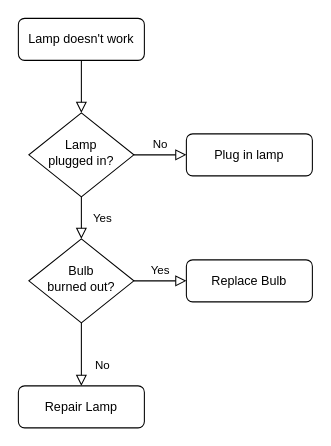
gamebm/draw.io keeps this draw.io diagram as universe_manuscript.drawio. Above is the earlier version. Source tidied: cells renumbered, new cells numbered last; positions are measured from the earlier drawing's top-left corner, leaving out a move shared by most shapes. Both pictures are drawn from the tidied source at 105%, with x=0, y=0 at pixel (18, 18).
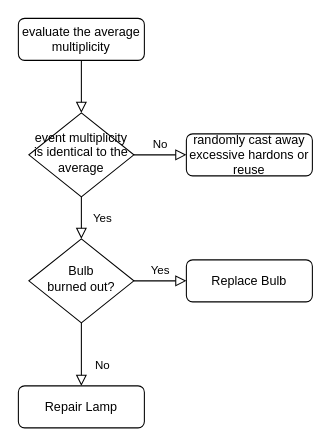
The same page after the edit.

Diff of the diagram source:
```diff
@@
 <mxGraphModel>
   <root>
     <mxCell id="0" />
     <mxCell id="1" parent="0" />
     <mxCell id="2" style="rounded=0;html=1;jettySize=auto;fontSize=11;endArrow=block;endFill=0;endSize=8;strokeWidth=1;shadow=0;labelBackgroundColor=none;edgeStyle=orthogonalEdgeStyle;" parent="1" edge="1" source="3" target="6">
       <mxGeometry relative="1" as="geometry" />
     </mxCell>
-    <mxCell id="3" value="Lamp doesn't work" style="rounded=1;whiteSpace=wrap;html=1;fontSize=12;glass=0;strokeWidth=1;shadow=0;" parent="1" vertex="1">
+    <mxCell id="3" value="evaluate the average multiplicity" style="rounded=1;whiteSpace=wrap;html=1;fontSize=12;glass=0;strokeWidth=1;shadow=0;" parent="1" vertex="1">
       <mxGeometry width="120" height="40" as="geometry" />
     </mxCell>
     <mxCell id="4" value="Yes" style="rounded=0;html=1;jettySize=auto;fontSize=11;endArrow=block;endFill=0;endSize=8;strokeWidth=1;shadow=0;labelBackgroundColor=none;edgeStyle=orthogonalEdgeStyle;" parent="1" edge="1" source="6" target="10">
       <mxGeometry y="20" relative="1" as="geometry" />
     </mxCell>
     <mxCell id="5" value="No" style="edgeStyle=orthogonalEdgeStyle;rounded=0;html=1;jettySize=auto;fontSize=11;endArrow=block;endFill=0;endSize=8;strokeWidth=1;shadow=0;labelBackgroundColor=none;" parent="1" edge="1" source="6" target="7">
       <mxGeometry y="10" relative="1" as="geometry" />
     </mxCell>
-    <mxCell id="6" value="Lamp&lt;br&gt;plugged in?" style="rhombus;whiteSpace=wrap;html=1;shadow=0;fontFamily=Helvetica;fontSize=12;align=center;strokeWidth=1;spacing=6;spacingTop=-4;" parent="1" vertex="1">
+    <mxCell id="6" value="event multiplicity is identical to the average" style="rhombus;whiteSpace=wrap;html=1;shadow=0;fontFamily=Helvetica;fontSize=12;align=center;strokeWidth=1;spacing=6;spacingTop=-4;" parent="1" vertex="1">
       <mxGeometry x="10" y="90" width="100" height="80" as="geometry" />
     </mxCell>
-    <mxCell id="7" value="Plug in lamp" style="rounded=1;whiteSpace=wrap;html=1;fontSize=12;glass=0;strokeWidth=1;shadow=0;" parent="1" vertex="1">
+    <mxCell id="7" value="randomly cast away excessive hardons or reuse " style="rounded=1;whiteSpace=wrap;html=1;fontSize=12;glass=0;strokeWidth=1;shadow=0;" parent="1" vertex="1">
       <mxGeometry x="160" y="110" width="120" height="40" as="geometry" />
     </mxCell>
     <mxCell id="8" value="No" style="rounded=0;html=1;jettySize=auto;fontSize=11;endArrow=block;endFill=0;endSize=8;strokeWidth=1;shadow=0;labelBackgroundColor=none;edgeStyle=orthogonalEdgeStyle;" parent="1" edge="1" source="10" target="11">
       <mxGeometry x="0.33" y="20" relative="1" as="geometry" />
     </mxCell>
     <mxCell id="9" value="Yes" style="edgeStyle=orthogonalEdgeStyle;rounded=0;html=1;jettySize=auto;fontSize=11;endArrow=block;endFill=0;endSize=8;strokeWidth=1;shadow=0;labelBackgroundColor=none;" parent="1" edge="1" source="10" target="12">
       <mxGeometry y="10" relative="1" as="geometry" />
     </mxCell>
     <mxCell id="10" value="Bulb&lt;br&gt;burned out?" style="rhombus;whiteSpace=wrap;html=1;shadow=0;fontFamily=Helvetica;fontSize=12;align=center;strokeWidth=1;spacing=6;spacingTop=-4;" parent="1" vertex="1">
       <mxGeometry x="10" y="210" width="100" height="80" as="geometry" />
     </mxCell>
     <mxCell id="11" value="Repair Lamp" style="rounded=1;whiteSpace=wrap;html=1;fontSize=12;glass=0;strokeWidth=1;shadow=0;" parent="1" vertex="1">
       <mxGeometry y="350" width="120" height="40" as="geometry" />
     </mxCell>
     <mxCell id="12" value="Replace Bulb" style="rounded=1;whiteSpace=wrap;html=1;fontSize=12;glass=0;strokeWidth=1;shadow=0;" parent="1" vertex="1">
       <mxGeometry x="160" y="230" width="120" height="40" as="geometry" />
     </mxCell>
   </root>
 </mxGraphModel>
```
